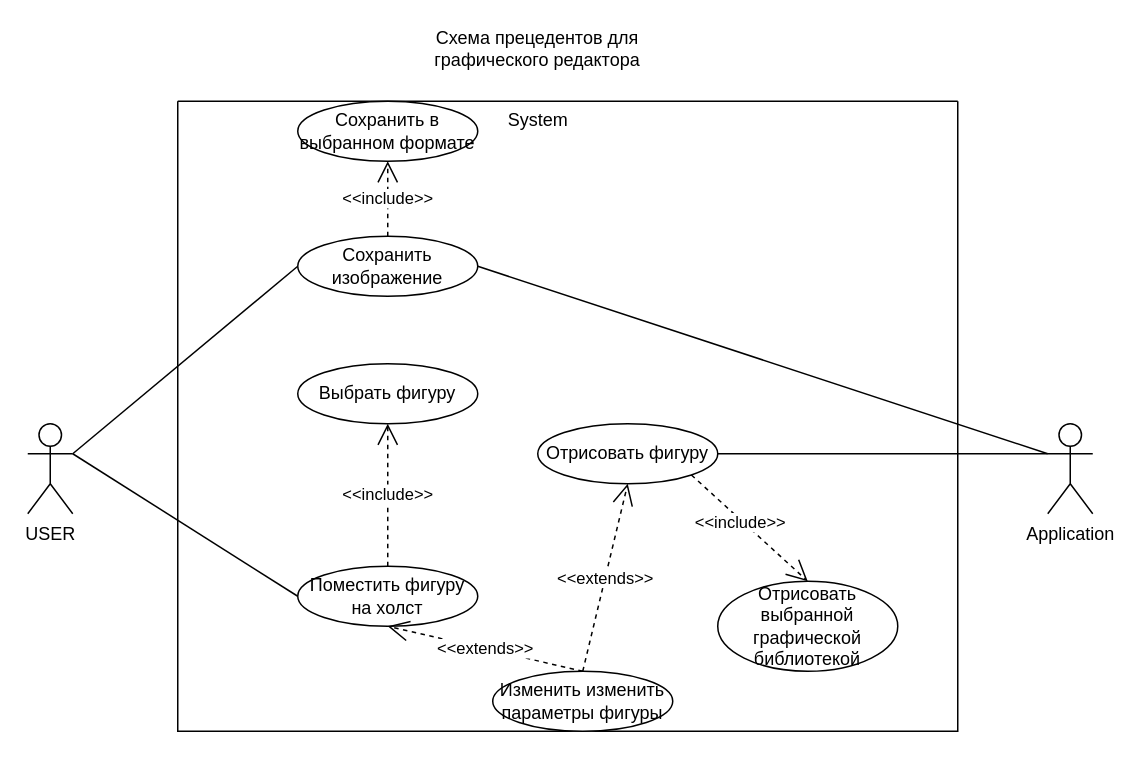
MstislavRomanovski/ProgramIngeneering keeps this draw.io diagram as Диаграмма без названия.drawio. Above is the earlier version. Source tidied: cells renumbered, new cells numbered last; positions are measured from the earlier drawing's top-left corner, leaving out a move shared by most shapes. Both pictures are drawn from the tidied source at 150%, with x=0, y=0 at pixel (27, 26).
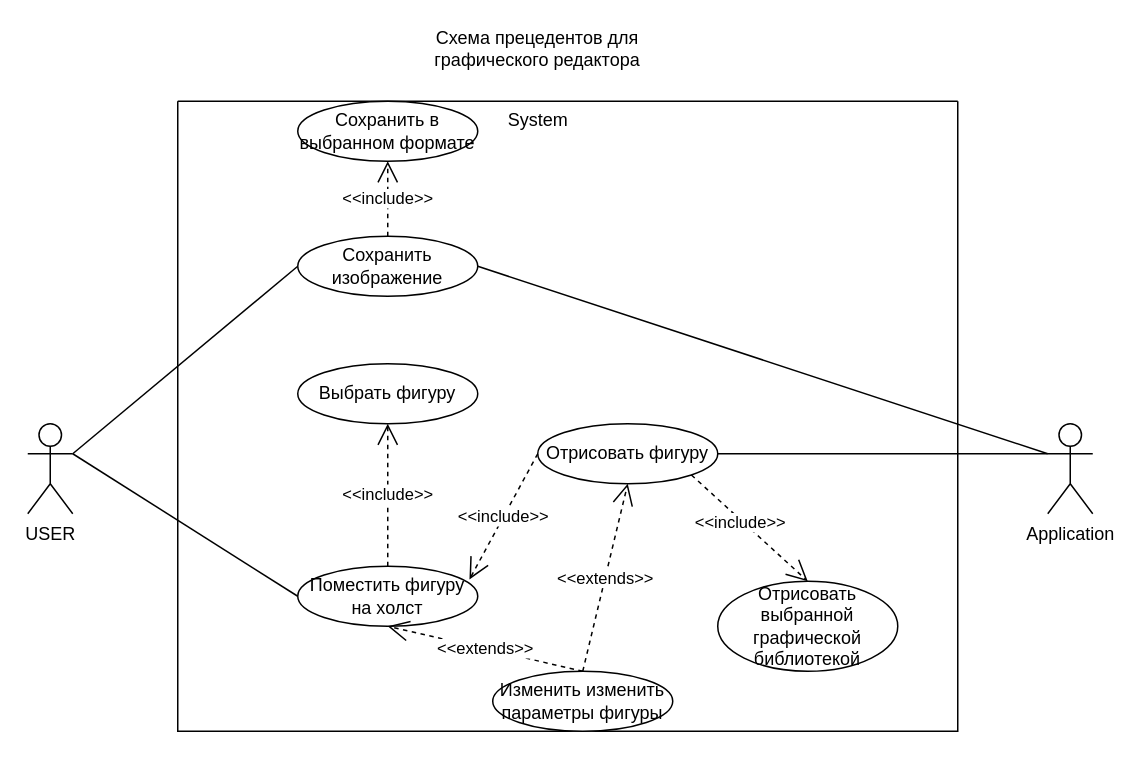
The same diagram, later.

Unchanged cells that the change refers to:
```xml
<mxCell id="7" style="swimlane;startSize=0;" parent="1" vertex="1">
  <mxGeometry x="100" y="50" width="520" height="420" as="geometry" />
</mxCell>
<mxCell id="8" value="Отрисовать фигуру" style="ellipse;whiteSpace=wrap;html=1;" parent="7" vertex="1">
  <mxGeometry x="240" y="215" width="120" height="40" as="geometry" />
</mxCell>
<mxCell id="18" value="Поместить фигуру на холст" style="ellipse;whiteSpace=wrap;html=1;" parent="7" vertex="1">
  <mxGeometry x="80" y="310" width="120" height="40" as="geometry" />
</mxCell>
```

Diff of the diagram source:
```diff
@@
+    <mxCell id="24" value="&amp;lt;&amp;lt;include&amp;gt;&amp;gt;" style="endArrow=open;endSize=12;dashed=1;html=1;rounded=0;exitX=0;exitY=0.5;exitDx=0;exitDy=0;entryX=0.954;entryY=0.219;entryDx=0;entryDy=0;entryPerimeter=0;" parent="7" edge="1" source="8" target="18">
+      <mxGeometry relative="1" as="geometry" />
+    </mxCell>
```
